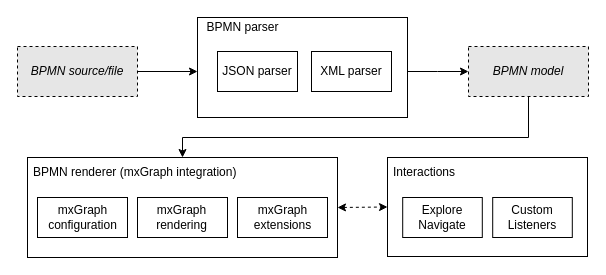
The draw.io diagram docs/users/architecture/images/architecture/architecture-overview.drawio in process-analytics/bpmn-visualization-js, before the edit. Source tidied: cells renumbered, new cells numbered last; positions are measured from the earlier drawing's top-left corner, leaving out a move shared by most shapes. Both pictures are drawn from the tidied source at 100%, with x=0, y=0 at pixel (17, 17).
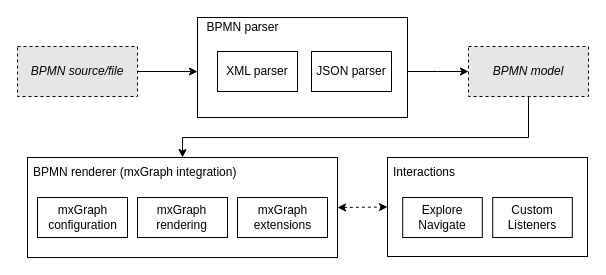
Above is the later version.

Commit message (it also covers changes not shown here):
fix internal parser order

What changed in the source:
```diff
@@
-    <mxCell id="22" value="JSON parser" style="rounded=0;whiteSpace=wrap;html=1;fillColor=#FFFFFF;" parent="1" vertex="1">
+    <mxCell id="22" value="XML parser" style="rounded=0;whiteSpace=wrap;html=1;fillColor=#FFFFFF;" parent="1" vertex="1">
       <mxGeometry x="200" y="34" width="80" height="40" as="geometry" />
     </mxCell>
@@
-    <mxCell id="24" value="XML parser" style="rounded=0;whiteSpace=wrap;html=1;fillColor=#FFFFFF;" parent="1" vertex="1">
+    <mxCell id="24" value="JSON parser" style="rounded=0;whiteSpace=wrap;html=1;fillColor=#FFFFFF;" parent="1" vertex="1">
       <mxGeometry x="294" y="34" width="80" height="40" as="geometry" />
     </mxCell>
```
